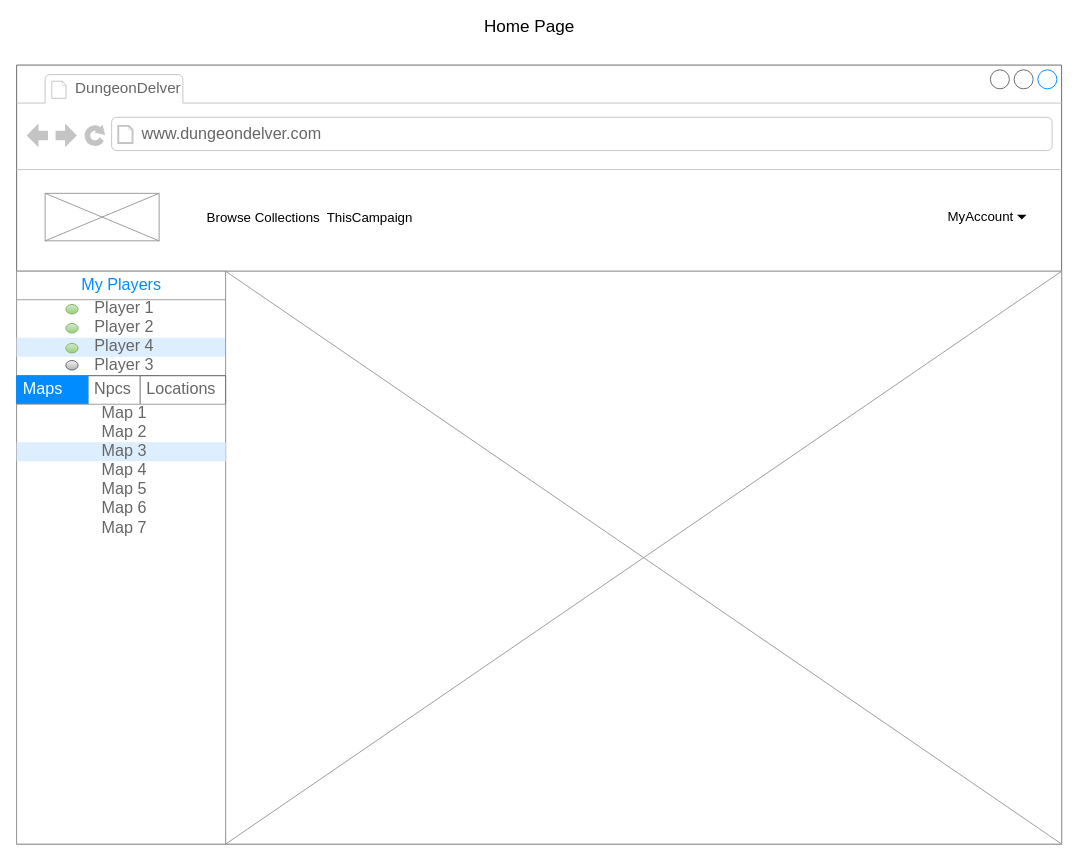
StuyckRuben/DungeonsAndDMs_Frontend keeps this draw.io diagram as Diagram zonder titel.drawio. Above is the earlier version. Source tidied: cells renumbered, new cells numbered last; positions are measured from the earlier drawing's top-left corner, leaving out a move shared by most shapes. Both pictures are drawn from the tidied source at 95%, with x=0, y=0 at pixel (16, 17).
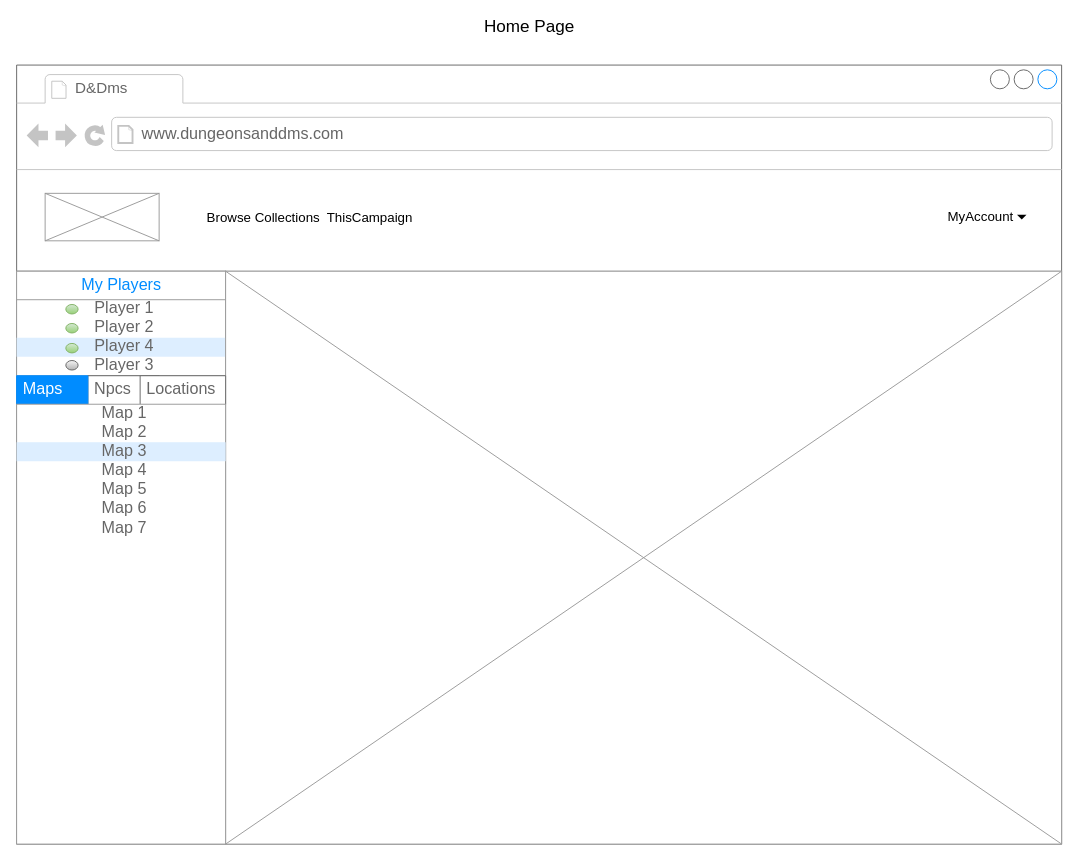
The same page after the edit.

The change refers to these unchanged cells:
```xml
<mxCell id="2" style="strokeWidth=1;shadow=0;dashed=0;align=center;html=1;shape=mxgraph.mockup.containers.browserWindow;rSize=0;strokeColor=#666666;strokeColor2=#008cff;strokeColor3=#c4c4c4;mainText=,;" parent="1" vertex="1">
  <mxGeometry y="50" width="1100" height="820" as="geometry" />
</mxCell>
```

Diff of the diagram source:
```diff
@@
-    <mxCell id="3" value="&lt;font style=&quot;font-size: 16px;&quot;&gt;DungeonDelver&lt;/font&gt;" style="strokeWidth=1;shadow=0;dashed=0;align=center;html=1;shape=mxgraph.mockup.containers.anchor;fontSize=17;fontColor=#666666;align=left;" parent="2" vertex="1">
+    <mxCell id="3" value="&lt;font style=&quot;font-size: 16px;&quot;&gt;D&amp;amp;Dms&lt;/font&gt;" style="strokeWidth=1;shadow=0;dashed=0;align=center;html=1;shape=mxgraph.mockup.containers.anchor;fontSize=17;fontColor=#666666;align=left;" parent="2" vertex="1">
       <mxGeometry x="60" y="12" width="110" height="26" as="geometry" />
     </mxCell>
-    <mxCell id="4" value="www.dungeondelver.com" style="strokeWidth=1;shadow=0;dashed=0;align=center;html=1;shape=mxgraph.mockup.containers.anchor;rSize=0;fontSize=17;fontColor=#666666;align=left;" parent="2" vertex="1">
+    <mxCell id="4" value="www.dungeonsanddms.com" style="strokeWidth=1;shadow=0;dashed=0;align=center;html=1;shape=mxgraph.mockup.containers.anchor;rSize=0;fontSize=17;fontColor=#666666;align=left;" parent="2" vertex="1">
       <mxGeometry x="130" y="60" width="250" height="26" as="geometry" />
     </mxCell>
```
